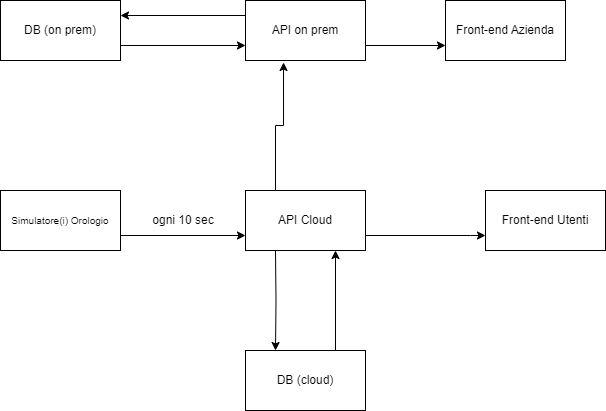
Stefanoberka/CPER2_G3 keeps this draw.io diagram as Documenti/diagramma architetturale.png. Above is the earlier version. Source tidied: cells renumbered, new cells last; positions are measured from the earlier drawing's top-left corner, leaving out a move shared by most shapes. The source it was exported from:
```xml
<mxGraphModel>
  <root>
    <mxCell id="0" />
    <mxCell id="1" parent="0" />
    <mxCell id="2" style="edgeStyle=orthogonalEdgeStyle;rounded=0;jettySize=auto;html=1;exitX=1;exitY=0.25;exitDx=0;exitDy=0;entryX=0;entryY=0.75;entryDx=0;entryDy=0;" parent="1" edge="1" source="4" target="7">
      <mxGeometry relative="1" as="geometry">
        <Array as="points">
          <mxPoint x="85" y="235" />
        </Array>
      </mxGeometry>
    </mxCell>
    <mxCell id="3" style="edgeStyle=orthogonalEdgeStyle;rounded=0;jettySize=auto;html=1;exitX=0.25;exitY=0;exitDx=0;exitDy=0;entryX=0.317;entryY=1.033;entryDx=0;entryDy=0;entryPerimeter=0;" parent="1" edge="1" source="7" target="17">
      <mxGeometry relative="1" as="geometry" />
    </mxCell>
    <mxCell id="4" value="&lt;font size=&quot;1&quot;&gt;Simulatore(i) Orologio&lt;/font&gt;" style="rounded=0;whiteSpace=wrap;html=1;" parent="1" vertex="1">
      <mxGeometry y="190" width="120" height="60" as="geometry" />
    </mxCell>
    <mxCell id="5" style="edgeStyle=orthogonalEdgeStyle;rounded=0;jettySize=auto;html=1;exitX=0.25;exitY=1;exitDx=0;exitDy=0;entryX=0.25;entryY=0;entryDx=0;entryDy=0;" parent="1" edge="1" target="10">
      <mxGeometry relative="1" as="geometry">
        <mxPoint x="275" y="250" as="sourcePoint" />
      </mxGeometry>
    </mxCell>
    <mxCell id="6" style="edgeStyle=orthogonalEdgeStyle;rounded=0;jettySize=auto;html=1;exitX=1;exitY=0.75;exitDx=0;exitDy=0;entryX=0;entryY=0.75;entryDx=0;entryDy=0;" parent="1" edge="1" source="7" target="11">
      <mxGeometry relative="1" as="geometry">
        <Array as="points">
          <mxPoint x="470" y="235" />
        </Array>
      </mxGeometry>
    </mxCell>
    <mxCell id="7" value="API Cloud" style="rounded=0;whiteSpace=wrap;html=1;" parent="1" vertex="1">
      <mxGeometry x="245" y="190" width="120" height="60" as="geometry" />
    </mxCell>
    <mxCell id="8" value="ogni 10 sec" style="text;html=1;strokeColor=none;fillColor=none;align=center;verticalAlign=middle;whiteSpace=wrap;rounded=0;" parent="1" vertex="1">
      <mxGeometry x="145" y="205" width="76" height="30" as="geometry" />
    </mxCell>
    <mxCell id="9" style="edgeStyle=orthogonalEdgeStyle;rounded=0;jettySize=auto;html=1;exitX=0.75;exitY=0;exitDx=0;exitDy=0;entryX=0.75;entryY=1;entryDx=0;entryDy=0;" parent="1" edge="1" source="10">
      <mxGeometry relative="1" as="geometry">
        <mxPoint x="335" y="250" as="targetPoint" />
      </mxGeometry>
    </mxCell>
    <mxCell id="10" value="DB (cloud)" style="rounded=0;whiteSpace=wrap;html=1;" parent="1" vertex="1">
      <mxGeometry x="245" y="350" width="120" height="60" as="geometry" />
    </mxCell>
    <mxCell id="11" value="Front-end Utenti" style="rounded=0;whiteSpace=wrap;html=1;" parent="1" vertex="1">
      <mxGeometry x="485" y="190" width="120" height="60" as="geometry" />
    </mxCell>
    <mxCell id="12" value="Front-end Azienda" style="rounded=0;whiteSpace=wrap;html=1;" parent="1" vertex="1">
      <mxGeometry x="445" width="120" height="60" as="geometry" />
    </mxCell>
    <mxCell id="13" style="edgeStyle=orthogonalEdgeStyle;rounded=0;jettySize=auto;html=1;exitX=1;exitY=0.75;exitDx=0;exitDy=0;entryX=0;entryY=0.75;entryDx=0;entryDy=0;" parent="1" edge="1" source="14" target="17">
      <mxGeometry relative="1" as="geometry" />
    </mxCell>
    <mxCell id="14" value="DB (on prem)" style="rounded=0;whiteSpace=wrap;html=1;" parent="1" vertex="1">
      <mxGeometry width="120" height="60" as="geometry" />
    </mxCell>
    <mxCell id="15" style="edgeStyle=orthogonalEdgeStyle;rounded=0;jettySize=auto;html=1;exitX=1;exitY=0.75;exitDx=0;exitDy=0;entryX=0;entryY=0.75;entryDx=0;entryDy=0;" parent="1" edge="1" source="17" target="12">
      <mxGeometry relative="1" as="geometry" />
    </mxCell>
    <mxCell id="16" style="edgeStyle=orthogonalEdgeStyle;rounded=0;jettySize=auto;html=1;exitX=0;exitY=0.25;exitDx=0;exitDy=0;entryX=1;entryY=0.25;entryDx=0;entryDy=0;" parent="1" edge="1" source="17" target="14">
      <mxGeometry relative="1" as="geometry" />
    </mxCell>
    <mxCell id="17" value="API on prem" style="rounded=0;whiteSpace=wrap;html=1;" parent="1" vertex="1">
      <mxGeometry x="245" width="120" height="60" as="geometry" />
    </mxCell>
  </root>
</mxGraphModel>
```
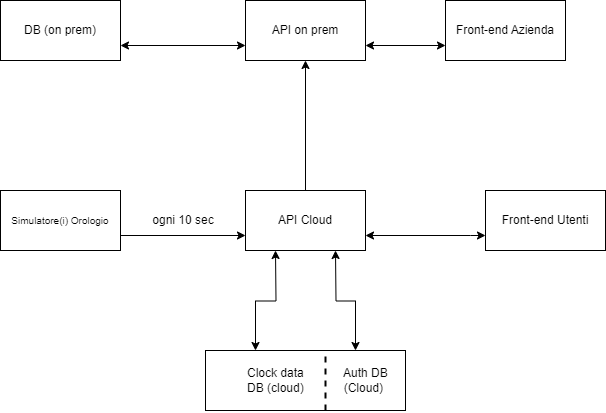
Later version of the same file.

Diff of the diagram source:
```diff
@@ -9,37 +9,37 @@
         </Array>
       </mxGeometry>
     </mxCell>
-    <mxCell id="3" style="edgeStyle=orthogonalEdgeStyle;rounded=0;jettySize=auto;html=1;exitX=0.25;exitY=0;exitDx=0;exitDy=0;entryX=0.317;entryY=1.033;entryDx=0;entryDy=0;entryPerimeter=0;" parent="1" edge="1" source="7" target="17">
-      <mxGeometry relative="1" as="geometry" />
-    </mxCell>
     <mxCell id="4" value="&lt;font size=&quot;1&quot;&gt;Simulatore(i) Orologio&lt;/font&gt;" style="rounded=0;whiteSpace=wrap;html=1;" parent="1" vertex="1">
       <mxGeometry y="190" width="120" height="60" as="geometry" />
     </mxCell>
-    <mxCell id="5" style="edgeStyle=orthogonalEdgeStyle;rounded=0;jettySize=auto;html=1;exitX=0.25;exitY=1;exitDx=0;exitDy=0;entryX=0.25;entryY=0;entryDx=0;entryDy=0;" parent="1" edge="1" target="10">
+    <mxCell id="5" style="edgeStyle=orthogonalEdgeStyle;rounded=0;jettySize=auto;html=1;exitX=0.25;exitY=1;exitDx=0;exitDy=0;entryX=0.25;entryY=0;entryDx=0;entryDy=0;startArrow=classic;startFill=1;" parent="1" edge="1" target="10">
       <mxGeometry relative="1" as="geometry">
         <mxPoint x="275" y="250" as="sourcePoint" />
       </mxGeometry>
     </mxCell>
-    <mxCell id="6" style="edgeStyle=orthogonalEdgeStyle;rounded=0;jettySize=auto;html=1;exitX=1;exitY=0.75;exitDx=0;exitDy=0;entryX=0;entryY=0.75;entryDx=0;entryDy=0;" parent="1" edge="1" source="7" target="11">
+    <mxCell id="6" style="edgeStyle=orthogonalEdgeStyle;rounded=0;jettySize=auto;html=1;exitX=1;exitY=0.75;exitDx=0;exitDy=0;entryX=0;entryY=0.75;entryDx=0;entryDy=0;startArrow=classic;startFill=1;" parent="1" edge="1" source="7" target="11">
       <mxGeometry relative="1" as="geometry">
         <Array as="points">
           <mxPoint x="470" y="235" />
         </Array>
       </mxGeometry>
     </mxCell>
+    <mxCell id="3" style="edgeStyle=orthogonalEdgeStyle;rounded=0;jettySize=auto;html=1;exitX=0.5;exitY=0;exitDx=0;exitDy=0;entryX=0.5;entryY=1;entryDx=0;entryDy=0;" parent="1" edge="1" source="7" target="17">
+      <mxGeometry relative="1" as="geometry" />
+    </mxCell>
     <mxCell id="7" value="API Cloud" style="rounded=0;whiteSpace=wrap;html=1;" parent="1" vertex="1">
       <mxGeometry x="245" y="190" width="120" height="60" as="geometry" />
     </mxCell>
     <mxCell id="8" value="ogni 10 sec" style="text;html=1;strokeColor=none;fillColor=none;align=center;verticalAlign=middle;whiteSpace=wrap;rounded=0;" parent="1" vertex="1">
       <mxGeometry x="145" y="205" width="76" height="30" as="geometry" />
     </mxCell>
-    <mxCell id="9" style="edgeStyle=orthogonalEdgeStyle;rounded=0;jettySize=auto;html=1;exitX=0.75;exitY=0;exitDx=0;exitDy=0;entryX=0.75;entryY=1;entryDx=0;entryDy=0;" parent="1" edge="1" source="10">
+    <mxCell id="9" style="edgeStyle=orthogonalEdgeStyle;rounded=0;jettySize=auto;html=1;exitX=0.75;exitY=0;exitDx=0;exitDy=0;entryX=0.75;entryY=1;entryDx=0;entryDy=0;startArrow=classic;startFill=1;" parent="1" edge="1" source="10">
       <mxGeometry relative="1" as="geometry">
         <mxPoint x="335" y="250" as="targetPoint" />
       </mxGeometry>
     </mxCell>
-    <mxCell id="10" value="DB (cloud)" style="rounded=0;whiteSpace=wrap;html=1;" parent="1" vertex="1">
-      <mxGeometry x="245" y="350" width="120" height="60" as="geometry" />
+    <mxCell id="10" value="&lt;blockquote style=&quot;margin: 0 0 0 40px; border: none; padding: 0px;&quot;&gt;Clock data&amp;nbsp; &amp;nbsp; &amp;nbsp; &amp;nbsp; &amp;nbsp; &amp;nbsp; Auth DB&amp;nbsp; &amp;nbsp; &amp;nbsp;&lt;br&gt;DB (cloud)&amp;nbsp; &amp;nbsp; &amp;nbsp; &amp;nbsp; &amp;nbsp; &amp;nbsp; (Cloud)&lt;/blockquote&gt;" style="rounded=0;whiteSpace=wrap;html=1;align=left;" parent="1" vertex="1">
+      <mxGeometry x="205" y="350" width="200" height="60" as="geometry" />
     </mxCell>
     <mxCell id="11" value="Front-end Utenti" style="rounded=0;whiteSpace=wrap;html=1;" parent="1" vertex="1">
       <mxGeometry x="485" y="190" width="120" height="60" as="geometry" />
@@ -47,20 +47,23 @@
     <mxCell id="12" value="Front-end Azienda" style="rounded=0;whiteSpace=wrap;html=1;" parent="1" vertex="1">
       <mxGeometry x="445" width="120" height="60" as="geometry" />
     </mxCell>
-    <mxCell id="13" style="edgeStyle=orthogonalEdgeStyle;rounded=0;jettySize=auto;html=1;exitX=1;exitY=0.75;exitDx=0;exitDy=0;entryX=0;entryY=0.75;entryDx=0;entryDy=0;" parent="1" edge="1" source="14" target="17">
+    <mxCell id="13" style="edgeStyle=orthogonalEdgeStyle;rounded=0;jettySize=auto;html=1;exitX=1;exitY=0.75;exitDx=0;exitDy=0;entryX=0;entryY=0.75;entryDx=0;entryDy=0;startArrow=classic;startFill=1;" parent="1" edge="1" source="14" target="17">
       <mxGeometry relative="1" as="geometry" />
     </mxCell>
     <mxCell id="14" value="DB (on prem)" style="rounded=0;whiteSpace=wrap;html=1;" parent="1" vertex="1">
       <mxGeometry width="120" height="60" as="geometry" />
     </mxCell>
-    <mxCell id="15" style="edgeStyle=orthogonalEdgeStyle;rounded=0;jettySize=auto;html=1;exitX=1;exitY=0.75;exitDx=0;exitDy=0;entryX=0;entryY=0.75;entryDx=0;entryDy=0;" parent="1" edge="1" source="17" target="12">
+    <mxCell id="15" style="edgeStyle=orthogonalEdgeStyle;rounded=0;jettySize=auto;html=1;exitX=1;exitY=0.75;exitDx=0;exitDy=0;entryX=0;entryY=0.75;entryDx=0;entryDy=0;startArrow=classic;startFill=1;" parent="1" edge="1" source="17" target="12">
       <mxGeometry relative="1" as="geometry" />
     </mxCell>
-    <mxCell id="16" style="edgeStyle=orthogonalEdgeStyle;rounded=0;jettySize=auto;html=1;exitX=0;exitY=0.25;exitDx=0;exitDy=0;entryX=1;entryY=0.25;entryDx=0;entryDy=0;" parent="1" edge="1" source="17" target="14">
-      <mxGeometry relative="1" as="geometry" />
-    </mxCell>
     <mxCell id="17" value="API on prem" style="rounded=0;whiteSpace=wrap;html=1;" parent="1" vertex="1">
       <mxGeometry x="245" width="120" height="60" as="geometry" />
     </mxCell>
+    <mxCell id="18" style="endArrow=none;html=1;rounded=0;entryX=0.5;entryY=0;entryDx=0;entryDy=0;exitX=0.5;exitY=1;exitDx=0;exitDy=0;dashed=1;strokeWidth=2;" parent="1" edge="1">
+      <mxGeometry relative="1" as="geometry">
+        <mxPoint x="325" y="410" as="sourcePoint" />
+        <mxPoint x="325" y="350" as="targetPoint" />
+      </mxGeometry>
+    </mxCell>
   </root>
 </mxGraphModel>
```
